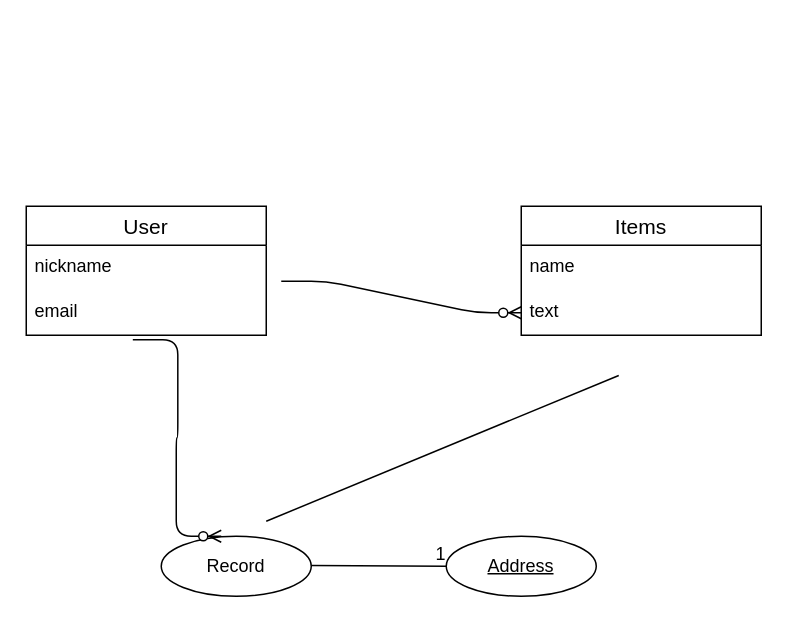
The draw.io diagram test.dio in ShotaroW/furima--28617-, before the edit. Source tidied: cells renumbered, new cells numbered last; positions are measured from the earlier drawing's top-left corner, leaving out a move shared by most shapes. Both pictures are drawn from the tidied source at 150%, with x=0, y=0 at pixel (26, 206).
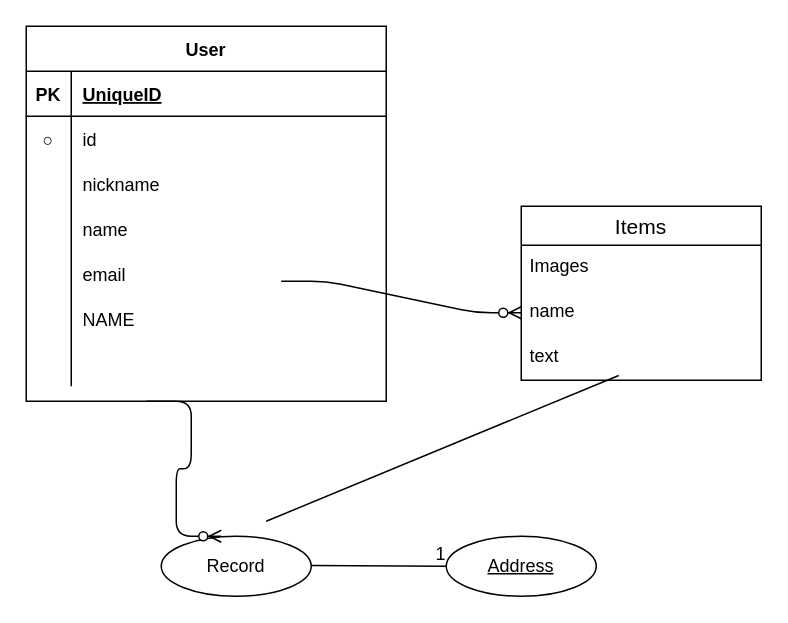
Above is the later version.

The edit, as a diff of the source:
```diff
@@
-    <mxCell id="2" value="User" style="swimlane;fontStyle=0;horizontal=1;startSize=26;align=center;fontSize=14;" parent="1" vertex="1">
-      <mxGeometry width="160" height="86" as="geometry" />
-    </mxCell>
-    <mxCell id="3" value="nickname" style="text;strokeColor=none;fillColor=none;spacingLeft=4;spacingRight=4;overflow=hidden;fontSize=12;" parent="2" vertex="1">
-      <mxGeometry y="26" width="160" height="30" as="geometry" />
-    </mxCell>
-    <mxCell id="4" value="email" style="text;strokeColor=none;fillColor=none;spacingLeft=4;spacingRight=4;overflow=hidden;points=[[0,0.5],[1,0.5]];portConstraint=eastwest;fontSize=12;" parent="2" vertex="1">
-      <mxGeometry y="56" width="160" height="30" as="geometry" />
-    </mxCell>
@@
-    <mxCell id="7" style="edgeStyle=entityRelationEdgeStyle;fontSize=12;html=1;endArrow=ERzeroToMany;endFill=1;entryX=0;entryY=0.5;entryDx=0;entryDy=0;" parent="1" edge="1" target="14">
+    <mxCell id="7" style="edgeStyle=entityRelationEdgeStyle;fontSize=12;html=1;endArrow=ERzeroToMany;endFill=1;entryX=0;entryY=0.5;entryDx=0;entryDy=0;" parent="1" edge="1">
       <mxGeometry relative="1" as="geometry">
         <mxPoint x="170" y="50" as="sourcePoint" />
+        <mxPoint x="330" y="71" as="targetPoint" />
       </mxGeometry>
     </mxCell>
@@
-    <mxCell id="10" style="edgeStyle=entityRelationEdgeStyle;fontSize=12;html=1;endArrow=ERzeroToMany;endFill=1;exitX=0.444;exitY=1.1;exitDx=0;exitDy=0;exitPerimeter=0;" parent="1" edge="1" source="4">
+    <mxCell id="10" style="edgeStyle=entityRelationEdgeStyle;fontSize=12;html=1;endArrow=ERzeroToMany;endFill=1;" parent="1" edge="1">
       <mxGeometry relative="1" as="geometry">
+        <mxPoint x="80" y="130" as="sourcePoint" />
         <mxPoint x="130" y="220" as="targetPoint" />
       </mxGeometry>
     </mxCell>
@@
     <mxCell id="12" value="Items" style="swimlane;fontStyle=0;horizontal=1;startSize=26;align=center;fontSize=14;" parent="1" vertex="1">
-      <mxGeometry x="330" width="160" height="86" as="geometry" />
+      <mxGeometry x="330" width="160" height="116" as="geometry" />
     </mxCell>
+    <mxCell id="15" value="Images" style="text;strokeColor=none;fillColor=none;spacingLeft=4;spacingRight=4;overflow=hidden;fontSize=12;" parent="12" vertex="1">
+      <mxGeometry y="26" width="160" height="30" as="geometry" />
+    </mxCell>
     <mxCell id="13" value="name" style="text;strokeColor=none;fillColor=none;spacingLeft=4;spacingRight=4;overflow=hidden;fontSize=12;" parent="12" vertex="1">
-      <mxGeometry y="26" width="160" height="30" as="geometry" />
+      <mxGeometry y="56" width="160" height="30" as="geometry" />
     </mxCell>
     <mxCell id="14" value="text" style="text;strokeColor=none;fillColor=none;spacingLeft=4;spacingRight=4;overflow=hidden;points=[[0,0.5],[1,0.5]];portConstraint=eastwest;fontSize=12;" parent="12" vertex="1">
-      <mxGeometry y="56" width="160" height="30" as="geometry" />
+      <mxGeometry y="86" width="160" height="30" as="geometry" />
     </mxCell>
+    <mxCell id="2" value="User" style="shape=table;startSize=30;childLayout=tableLayout;rowLines=0;fontStyle=1;align=center;" parent="1" vertex="1">
+      <mxGeometry y="-120" width="240" height="250" as="geometry" />
+    </mxCell>
+    <mxCell id="16" style="shape=partialRectangle;fillColor=none;top=0;left=0;bottom=1;right=0;" parent="2" vertex="1">
+      <mxGeometry y="30" width="240" height="30" as="geometry" />
+    </mxCell>
+    <mxCell id="17" value="PK" style="shape=partialRectangle;fillColor=none;top=0;left=0;bottom=0;right=0;fontStyle=1;overflow=hidden;" parent="16" vertex="1">
+      <mxGeometry width="30" height="30" as="geometry" />
+    </mxCell>
+    <mxCell id="18" value="UniqueID" style="shape=partialRectangle;fillColor=none;top=0;left=0;bottom=0;right=0;align=left;spacingLeft=6;fontStyle=5;overflow=hidden;" parent="16" vertex="1">
+      <mxGeometry x="30" width="210" height="30" as="geometry" />
+    </mxCell>
+    <mxCell id="19" style="shape=partialRectangle;fillColor=none;top=0;left=0;bottom=0;right=0;" parent="2" vertex="1">
+      <mxGeometry y="60" width="240" height="30" as="geometry" />
+    </mxCell>
+    <mxCell id="20" value="○" style="shape=partialRectangle;fillColor=none;top=0;left=0;bottom=0;right=0;overflow=hidden;" parent="19" vertex="1">
+      <mxGeometry width="30" height="30" as="geometry" />
+    </mxCell>
+    <mxCell id="21" value="id" style="shape=partialRectangle;fillColor=none;top=0;left=0;bottom=0;right=0;align=left;spacingLeft=6;overflow=hidden;" parent="19" vertex="1">
+      <mxGeometry x="30" width="210" height="30" as="geometry" />
+    </mxCell>
+    <mxCell id="22" style="shape=partialRectangle;fillColor=none;top=0;left=0;bottom=0;right=0;" parent="2" vertex="1">
+      <mxGeometry y="90" width="240" height="30" as="geometry" />
+    </mxCell>
+    <mxCell id="23" style="shape=partialRectangle;fillColor=none;top=0;left=0;bottom=0;right=0;overflow=hidden;" parent="22" vertex="1">
+      <mxGeometry width="30" height="30" as="geometry" />
+    </mxCell>
+    <mxCell id="3" value="nickname" style="shape=partialRectangle;fillColor=none;top=0;left=0;bottom=0;right=0;align=left;spacingLeft=6;overflow=hidden;" parent="22" vertex="1">
+      <mxGeometry x="30" width="210" height="30" as="geometry" />
+    </mxCell>
+    <mxCell id="24" style="shape=partialRectangle;fillColor=none;top=0;left=0;bottom=0;right=0;" parent="2" vertex="1">
+      <mxGeometry y="120" width="240" height="30" as="geometry" />
+    </mxCell>
+    <mxCell id="25" style="shape=partialRectangle;fillColor=none;top=0;left=0;bottom=0;right=0;overflow=hidden;" parent="24" vertex="1">
+      <mxGeometry width="30" height="30" as="geometry" />
+    </mxCell>
+    <mxCell id="26" value="name" style="shape=partialRectangle;fillColor=none;top=0;left=0;bottom=0;right=0;align=left;spacingLeft=6;overflow=hidden;" parent="24" vertex="1">
+      <mxGeometry x="30" width="210" height="30" as="geometry" />
+    </mxCell>
+    <mxCell id="27" style="shape=partialRectangle;fillColor=none;top=0;left=0;bottom=0;right=0;" parent="2" vertex="1">
+      <mxGeometry y="150" width="240" height="30" as="geometry" />
+    </mxCell>
+    <mxCell id="28" style="shape=partialRectangle;fillColor=none;top=0;left=0;bottom=0;right=0;overflow=hidden;" parent="27" vertex="1">
+      <mxGeometry width="30" height="30" as="geometry" />
+    </mxCell>
+    <mxCell id="4" value="email" style="shape=partialRectangle;fillColor=none;top=0;left=0;bottom=0;right=0;align=left;spacingLeft=6;overflow=hidden;" parent="27" vertex="1">
+      <mxGeometry x="30" width="210" height="30" as="geometry" />
+    </mxCell>
+    <mxCell id="29" style="shape=partialRectangle;fillColor=none;top=0;left=0;bottom=0;right=0;" parent="2" vertex="1">
+      <mxGeometry y="180" width="240" height="30" as="geometry" />
+    </mxCell>
+    <mxCell id="30" style="shape=partialRectangle;fillColor=none;top=0;left=0;bottom=0;right=0;overflow=hidden;" parent="29" vertex="1">
+      <mxGeometry width="30" height="30" as="geometry" />
+    </mxCell>
+    <mxCell id="31" value="NAME" style="shape=partialRectangle;fillColor=none;top=0;left=0;bottom=0;right=0;align=left;spacingLeft=6;overflow=hidden;" parent="29" vertex="1">
+      <mxGeometry x="30" width="210" height="30" as="geometry" />
+    </mxCell>
+    <mxCell id="32" style="shape=partialRectangle;fillColor=none;top=0;left=0;bottom=0;right=0;" parent="2" vertex="1">
+      <mxGeometry y="210" width="240" height="30" as="geometry" />
+    </mxCell>
+    <mxCell id="33" style="shape=partialRectangle;fillColor=none;top=0;left=0;bottom=0;right=0;overflow=hidden;" parent="32" vertex="1">
+      <mxGeometry width="30" height="30" as="geometry" />
+    </mxCell>
+    <mxCell id="34" style="shape=partialRectangle;fillColor=none;top=0;left=0;bottom=0;right=0;align=left;spacingLeft=6;overflow=hidden;" parent="32" vertex="1">
+      <mxGeometry x="30" width="210" height="30" as="geometry" />
+    </mxCell>
```
